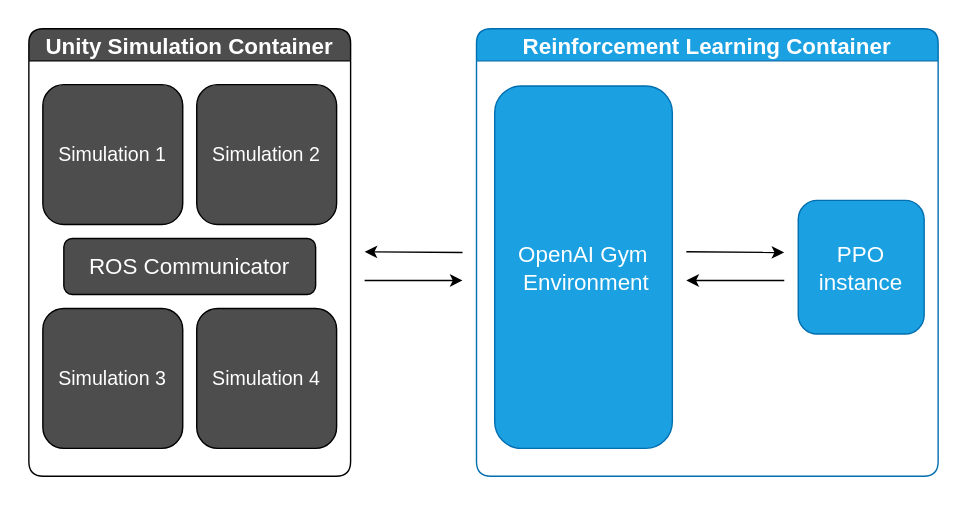
Above: images/cmlr/architecture.svg in ronansgd/My-portfolio (draw.io), before the change. Source tidied: cells renumbered, new cells last; positions are measured from the earlier drawing's top-left corner, leaving out a move shared by most shapes.
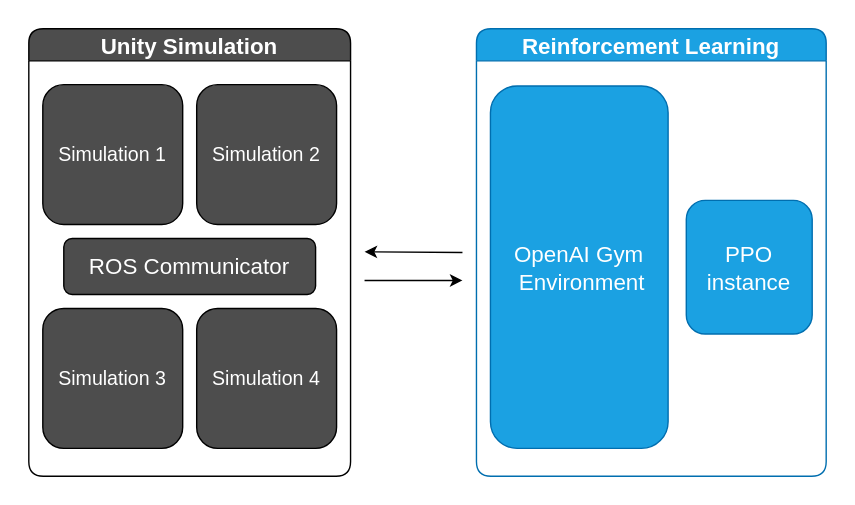
Later version of the same file.

What changed in the source:
```diff
@@ -3,29 +3,17 @@
     <mxCell id="0" />
     <mxCell id="1" parent="0" />
     <mxCell id="2" style="whiteSpace=wrap;html=1;strokeColor=none;" parent="1" vertex="1">
-      <mxGeometry width="690" height="360" as="geometry" />
+      <mxGeometry width="610" height="360" as="geometry" />
     </mxCell>
-    <mxCell id="3" value="Reinforcement Learning Container" style="swimlane;fillColor=#1ba1e2;strokeColor=#006EAF;fontColor=#ffffff;rounded=1;swimlaneLine=1;sketch=0;shadow=0;glass=0;fontSize=16;" parent="1" vertex="1">
-      <mxGeometry x="340" y="20" width="330" height="320" as="geometry" />
+    <mxCell id="3" value="Reinforcement Learning" style="swimlane;fillColor=#1ba1e2;strokeColor=#006EAF;fontColor=#ffffff;rounded=1;swimlaneLine=1;sketch=0;shadow=0;glass=0;fontSize=16;" parent="1" vertex="1">
+      <mxGeometry x="340" y="20" width="250" height="320" as="geometry" />
     </mxCell>
     <mxCell id="4" value="&lt;font style=&quot;font-size: 16px&quot;&gt;OpenAI Gym &lt;br&gt;&amp;nbsp;Environment&lt;/font&gt;" style="rounded=1;whiteSpace=wrap;html=1;fillColor=#1ba1e2;strokeColor=#006EAF;fontColor=#ffffff;glass=0;sketch=0;" parent="3" vertex="1">
-      <mxGeometry x="13" y="41" width="127" height="259" as="geometry" />
+      <mxGeometry x="10" y="41" width="127" height="259" as="geometry" />
     </mxCell>
     <mxCell id="5" value="&lt;font style=&quot;font-size: 16px&quot;&gt;PPO instance&lt;/font&gt;" style="rounded=1;whiteSpace=wrap;html=1;fillColor=#1ba1e2;strokeColor=#006EAF;fontColor=#ffffff;sketch=0;" parent="3" vertex="1">
-      <mxGeometry x="230" y="122.8" width="90" height="95.5" as="geometry" />
+      <mxGeometry x="150" y="122.8" width="90" height="95.5" as="geometry" />
     </mxCell>
-    <mxCell id="6" style="endArrow=classic;html=1;" parent="3" edge="1">
-      <mxGeometry x="-0.39" y="20" relative="1" as="geometry">
-        <mxPoint x="220" y="180" as="sourcePoint" />
-        <mxPoint x="150" y="180" as="targetPoint" />
-      </mxGeometry>
-    </mxCell>
-    <mxCell id="7" style="endArrow=classic;html=1;endSize=6;" parent="3" edge="1">
-      <mxGeometry x="0.02" y="20" relative="1" as="geometry">
-        <mxPoint x="150" y="159.5" as="sourcePoint" />
-        <mxPoint x="220" y="160" as="targetPoint" />
-      </mxGeometry>
-    </mxCell>
     <mxCell id="8" style="endArrow=classic;html=1;entryX=1.006;entryY=0.375;entryDx=0;entryDy=0;entryPerimeter=0;" parent="1" edge="1">
       <mxGeometry x="-0.06" y="-10" relative="1" as="geometry">
         <mxPoint x="330" y="180" as="sourcePoint" />
@@ -38,7 +26,7 @@
         <mxPoint x="330" y="200" as="targetPoint" />
       </mxGeometry>
     </mxCell>
-    <mxCell id="10" value="Unity Simulation Container" style="swimlane;fontColor=#ffffff;rounded=1;swimlaneLine=1;sketch=0;shadow=0;glass=0;fillColor=#4D4D4D;fontSize=16;" parent="1" vertex="1">
+    <mxCell id="10" value="Unity Simulation" style="swimlane;fontColor=#ffffff;rounded=1;swimlaneLine=1;sketch=0;shadow=0;glass=0;fillColor=#4D4D4D;fontSize=16;" parent="1" vertex="1">
       <mxGeometry x="20" y="20" width="230" height="320" as="geometry" />
     </mxCell>
     <mxCell id="11" value="&lt;font style=&quot;font-size: 14px&quot;&gt;Simulation 1&lt;/font&gt;" style="rounded=1;whiteSpace=wrap;html=1;fontColor=#ffffff;glass=0;sketch=0;fillColor=#4D4D4D;" parent="10" vertex="1">
```
